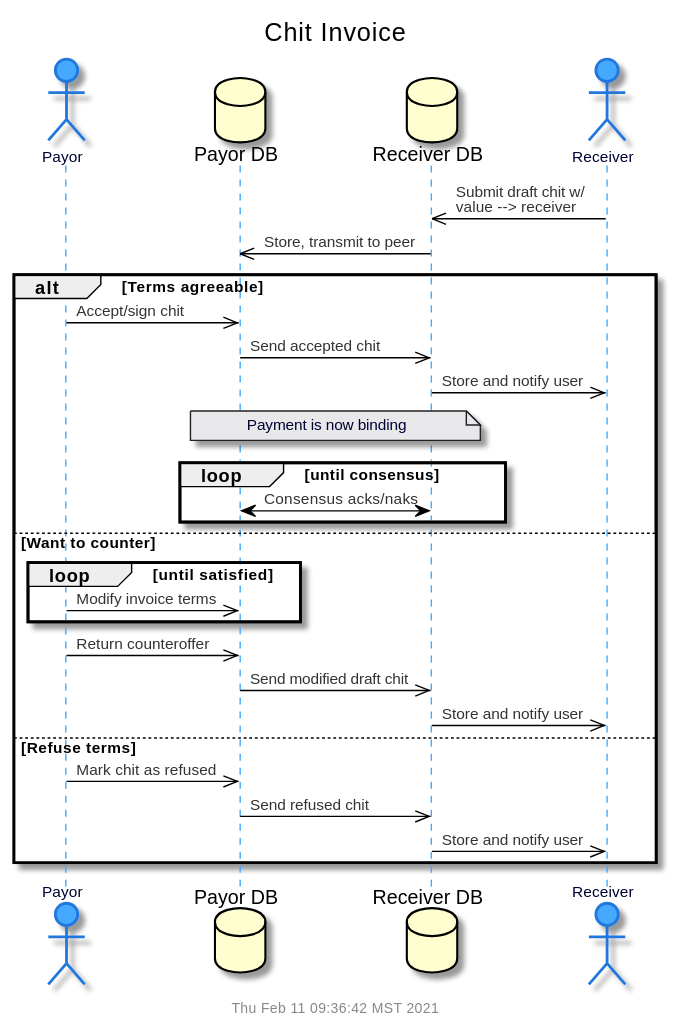
Earlier version of the PlantUML export doc/uml/seq-chit-inv.svg (gotchoices/MyCHIPs).
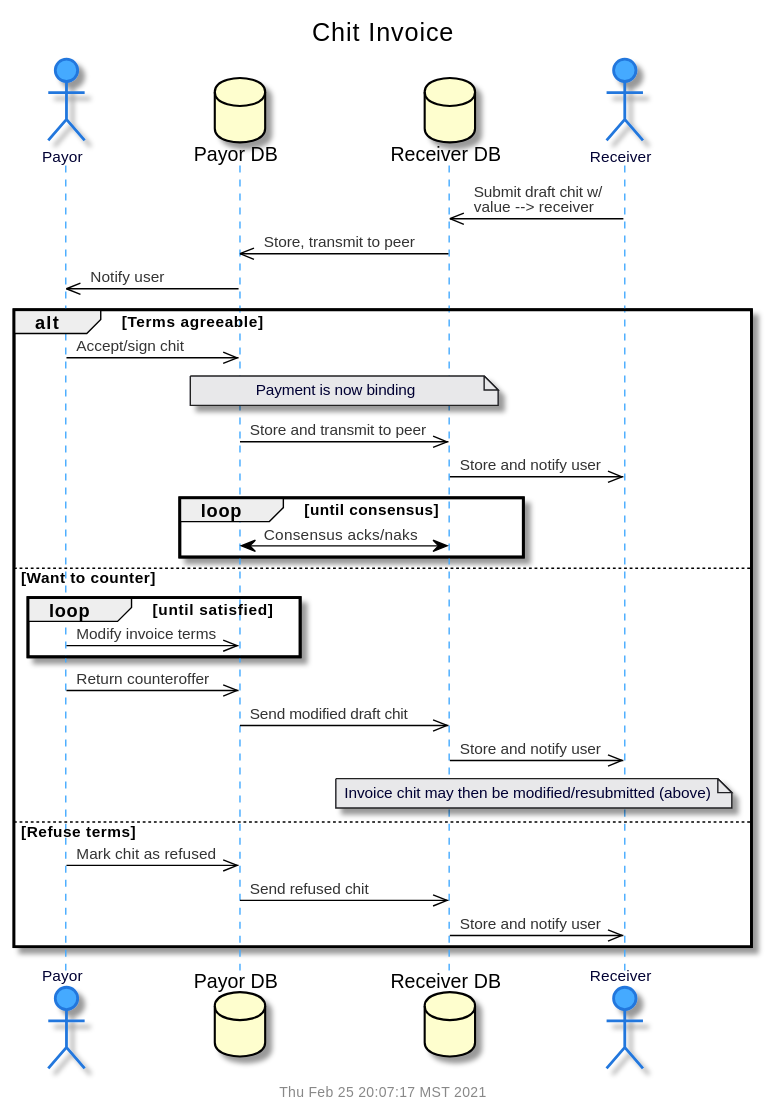
Later version of the same file.

Change to the diagram source:
```diff
@@ -8,14 +8,16 @@
 
 rec	->>	recDB:		Submit draft chit w/\nvalue --> receiver
 recDB	->>	payDB:		Store, transmit to peer
+payDB	->>	pay:		Notify user
 
 alt Terms agreeable
  pay	->>	payDB:		Accept/sign chit
- payDB	->>	recDB:		Send accepted chit
- recDB	->>	rec:		Store and notify user
  note over payDB, recDB
    Payment is now binding
  end note
+ payDB	->>	recDB:		Store and transmit to peer
+ recDB	->>	rec:		Store and notify user
+
 loop until consensus
  payDB	<->	recDB:		Consensus acks/naks
 end loop
@@ -27,6 +29,9 @@
  pay	->>	payDB:		Return counteroffer
  payDB	->>	recDB:		Send modified draft chit
  recDB	->>	rec:		Store and notify user
+ note over recDB, rec
+   Invoice chit may then be modified/resubmitted (above)
+ end note
 
 else Refuse terms
  pay	->>	payDB:		Mark chit as refused
```
